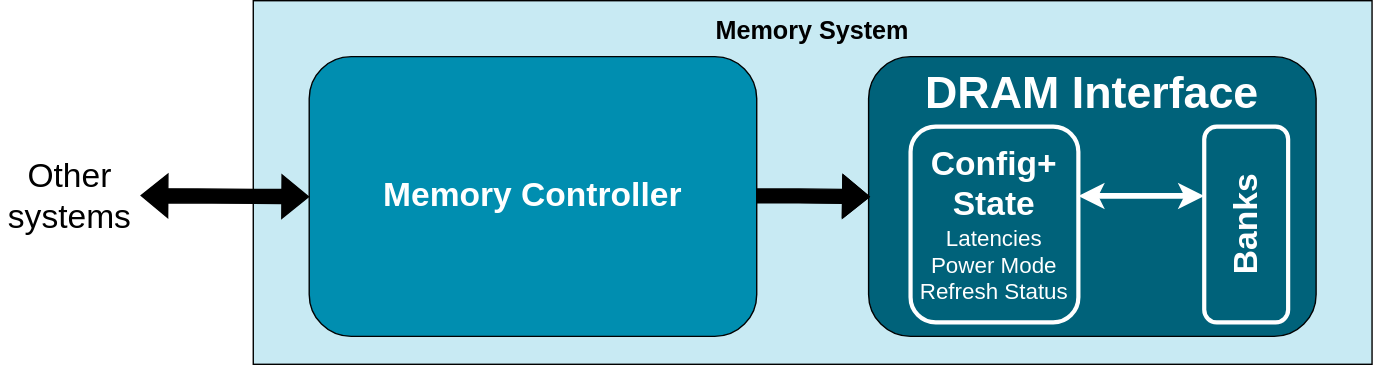
Earlier version of the draw.io export slides/02-Using-gem5/06-memory-imgs/memory-interface.drawio.svg (huydinhtran/gem5-2024-bootcamp). Source tidied: cells renumbered, new cells last; positions are measured from the earlier drawing's top-left corner, leaving out a move shared by most shapes. Source of this version:
```xml
<mxGraphModel>
  <root>
    <mxCell id="0" />
    <mxCell id="1" parent="0" />
    <mxCell id="2" value="&lt;p style=&quot;line-height: 60%;&quot;&gt;&lt;font style=&quot;font-size: 18px;&quot;&gt;Memory System&lt;/font&gt;&lt;br style=&quot;font-size: 12px;&quot;&gt;&lt;/p&gt;" style="rounded=0;whiteSpace=wrap;fillColor=#C8EAF3;verticalAlign=top;fontColor=#000000;fontSize=12;horizontal=1;fontStyle=1;html=1;" parent="1" vertex="1">
      <mxGeometry x="181" width="800" height="260" as="geometry" />
    </mxCell>
    <mxCell id="3" value="&lt;p style=&quot;line-height: 300%;&quot;&gt;&lt;b style=&quot;color: rgb(255, 255, 255); background-color: initial;&quot;&gt;&lt;font style=&quot;font-size: 24px;&quot;&gt;Memory Controller&lt;/font&gt;&lt;/b&gt;&lt;br&gt;&lt;/p&gt;" style="rounded=1;whiteSpace=wrap;html=1;fillColor=#008EB0;verticalAlign=middle;" parent="1" vertex="1">
      <mxGeometry x="221" y="40" width="320" height="200" as="geometry" />
    </mxCell>
    <mxCell id="4" value="&lt;font style=&quot;font-size: 24px;&quot;&gt;Other systems&lt;/font&gt;" style="text;html=1;align=center;verticalAlign=middle;whiteSpace=wrap;rounded=0;fontSize=24;" parent="1" vertex="1">
      <mxGeometry x="0.4" y="80" width="100" height="120" as="geometry" />
    </mxCell>
    <mxCell id="5" style="shape=flexArrow;endArrow=classic;startArrow=classic;html=1;rounded=0;fillColor=#000000;entryX=0.002;entryY=0.604;entryDx=0;entryDy=0;entryPerimeter=0;" parent="1" edge="1">
      <mxGeometry relative="1" as="geometry">
        <mxPoint x="100.4" y="139.4" as="sourcePoint" />
        <mxPoint x="221" y="140.2" as="targetPoint" />
      </mxGeometry>
    </mxCell>
    <mxCell id="6" style="edgeStyle=orthogonalEdgeStyle;rounded=0;jettySize=auto;html=1;" parent="1" edge="1" source="7" target="3">
      <mxGeometry relative="1" as="geometry" />
    </mxCell>
    <mxCell id="7" value="&lt;font style=&quot;font-size: 32px;&quot; color=&quot;#ffffff&quot;&gt;DRAM Interface&lt;/font&gt;" style="rounded=1;whiteSpace=wrap;html=1;fillColor=#00627A;horizontal=1;fontStyle=1;verticalAlign=top;" parent="1" vertex="1">
      <mxGeometry x="621" y="40" width="320" height="200" as="geometry" />
    </mxCell>
    <mxCell id="8" style="shape=flexArrow;endArrow=classic;html=1;rounded=0;entryX=0.003;entryY=0.203;entryDx=0;entryDy=0;entryPerimeter=0;fillColor=#000000;strokeColor=default;" parent="1" edge="1">
      <mxGeometry relative="1" as="geometry">
        <mxPoint x="541" y="139.6" as="sourcePoint" />
        <mxPoint x="622" y="140.2" as="targetPoint" />
        <Array as="points">
          <mxPoint x="571" y="139.6" />
        </Array>
      </mxGeometry>
    </mxCell>
    <mxCell id="9" value="&lt;font color=&quot;#ffffff&quot;&gt;Banks&lt;/font&gt;" style="rounded=1;whiteSpace=wrap;html=1;horizontal=0;fontSize=24;fillColor=none;strokeColor=#FFFFFF;strokeWidth=3;fontStyle=1;" parent="1" vertex="1">
      <mxGeometry x="861" y="90" width="60" height="140" as="geometry" />
    </mxCell>
    <mxCell id="10" value="&lt;div style=&quot;&quot;&gt;&lt;font style=&quot;font-size: 24px;&quot;&gt;&lt;b style=&quot;color: rgb(255, 255, 255); background-color: initial;&quot;&gt;Config+&lt;/b&gt;&lt;br&gt;&lt;/font&gt;&lt;/div&gt;&lt;div style=&quot;&quot;&gt;&lt;font style=&quot;font-size: 24px;&quot; color=&quot;#ffffff&quot;&gt;&lt;b style=&quot;&quot;&gt;State&lt;/b&gt;&lt;/font&gt;&lt;/div&gt;&lt;div style=&quot;font-size: 16px;&quot;&gt;&lt;font style=&quot;font-size: 16px;&quot;&gt;&lt;span style=&quot;background-color: initial; color: rgb(255, 255, 255);&quot;&gt;Latencies&lt;/span&gt;&lt;/font&gt;&lt;/div&gt;&lt;div style=&quot;font-size: 16px;&quot;&gt;&lt;font style=&quot;font-size: 16px;&quot;&gt;&lt;span style=&quot;background-color: initial; color: rgb(255, 255, 255);&quot;&gt;Power Mode&lt;/span&gt;&lt;br&gt;&lt;/font&gt;&lt;/div&gt;&lt;div style=&quot;font-size: 16px;&quot;&gt;&lt;font style=&quot;font-size: 16px;&quot; color=&quot;#ffffff&quot;&gt;Refresh Status&lt;/font&gt;&lt;/div&gt;" style="rounded=1;whiteSpace=wrap;html=1;horizontal=1;fontSize=24;fillColor=none;strokeColor=#FFFFFF;strokeWidth=3;align=center;" parent="1" vertex="1">
      <mxGeometry x="651" y="90" width="120" height="140" as="geometry" />
    </mxCell>
    <mxCell id="11" style="endArrow=classic;startArrow=classic;html=1;rounded=0;strokeColor=#FFFFFF;strokeWidth=4;" parent="1" edge="1">
      <mxGeometry relative="1" as="geometry">
        <mxPoint x="771" y="139.6" as="sourcePoint" />
        <mxPoint x="861" y="139.6" as="targetPoint" />
      </mxGeometry>
    </mxCell>
  </root>
</mxGraphModel>
```
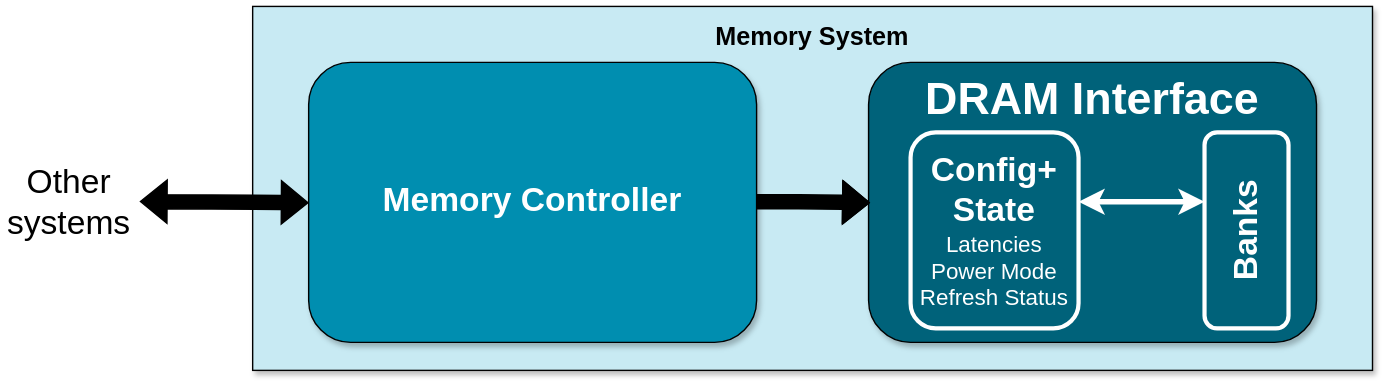
After the commit.

The edit, as a diff of the source:
```diff
@@ -2,10 +2,10 @@
   <root>
     <mxCell id="0" />
     <mxCell id="1" parent="0" />
-    <mxCell id="2" value="&lt;p style=&quot;line-height: 60%;&quot;&gt;&lt;font style=&quot;font-size: 18px;&quot;&gt;Memory System&lt;/font&gt;&lt;br style=&quot;font-size: 12px;&quot;&gt;&lt;/p&gt;" style="rounded=0;whiteSpace=wrap;fillColor=#C8EAF3;verticalAlign=top;fontColor=#000000;fontSize=12;horizontal=1;fontStyle=1;html=1;" parent="1" vertex="1">
+    <mxCell id="2" value="&lt;p style=&quot;line-height: 60%;&quot;&gt;&lt;font style=&quot;font-size: 18px;&quot;&gt;Memory System&lt;/font&gt;&lt;br style=&quot;font-size: 12px;&quot;&gt;&lt;/p&gt;" style="rounded=0;whiteSpace=wrap;fillColor=#C8EAF3;verticalAlign=top;fontColor=#000000;fontSize=12;horizontal=1;fontStyle=1;html=1;shadow=1;" parent="1" vertex="1">
       <mxGeometry x="181" width="800" height="260" as="geometry" />
     </mxCell>
-    <mxCell id="3" value="&lt;p style=&quot;line-height: 300%;&quot;&gt;&lt;b style=&quot;color: rgb(255, 255, 255); background-color: initial;&quot;&gt;&lt;font style=&quot;font-size: 24px;&quot;&gt;Memory Controller&lt;/font&gt;&lt;/b&gt;&lt;br&gt;&lt;/p&gt;" style="rounded=1;whiteSpace=wrap;html=1;fillColor=#008EB0;verticalAlign=middle;" parent="1" vertex="1">
+    <mxCell id="3" value="&lt;p style=&quot;line-height: 300%;&quot;&gt;&lt;b style=&quot;color: rgb(255, 255, 255); background-color: initial;&quot;&gt;&lt;font style=&quot;font-size: 24px;&quot;&gt;Memory Controller&lt;/font&gt;&lt;/b&gt;&lt;br&gt;&lt;/p&gt;" style="rounded=1;whiteSpace=wrap;html=1;fillColor=#008EB0;verticalAlign=middle;shadow=1;" parent="1" vertex="1">
       <mxGeometry x="221" y="40" width="320" height="200" as="geometry" />
     </mxCell>
     <mxCell id="4" value="&lt;font style=&quot;font-size: 24px;&quot;&gt;Other systems&lt;/font&gt;" style="text;html=1;align=center;verticalAlign=middle;whiteSpace=wrap;rounded=0;fontSize=24;" parent="1" vertex="1">
@@ -20,7 +20,7 @@
     <mxCell id="6" style="edgeStyle=orthogonalEdgeStyle;rounded=0;jettySize=auto;html=1;" parent="1" edge="1" source="7" target="3">
       <mxGeometry relative="1" as="geometry" />
     </mxCell>
-    <mxCell id="7" value="&lt;font style=&quot;font-size: 32px;&quot; color=&quot;#ffffff&quot;&gt;DRAM Interface&lt;/font&gt;" style="rounded=1;whiteSpace=wrap;html=1;fillColor=#00627A;horizontal=1;fontStyle=1;verticalAlign=top;" parent="1" vertex="1">
+    <mxCell id="7" value="&lt;font style=&quot;font-size: 32px;&quot; color=&quot;#ffffff&quot;&gt;DRAM Interface&lt;/font&gt;" style="rounded=1;whiteSpace=wrap;html=1;fillColor=#00627A;horizontal=1;fontStyle=1;verticalAlign=top;shadow=1;" parent="1" vertex="1">
       <mxGeometry x="621" y="40" width="320" height="200" as="geometry" />
     </mxCell>
     <mxCell id="8" style="shape=flexArrow;endArrow=classic;html=1;rounded=0;entryX=0.003;entryY=0.203;entryDx=0;entryDy=0;entryPerimeter=0;fillColor=#000000;strokeColor=default;" parent="1" edge="1">
```
